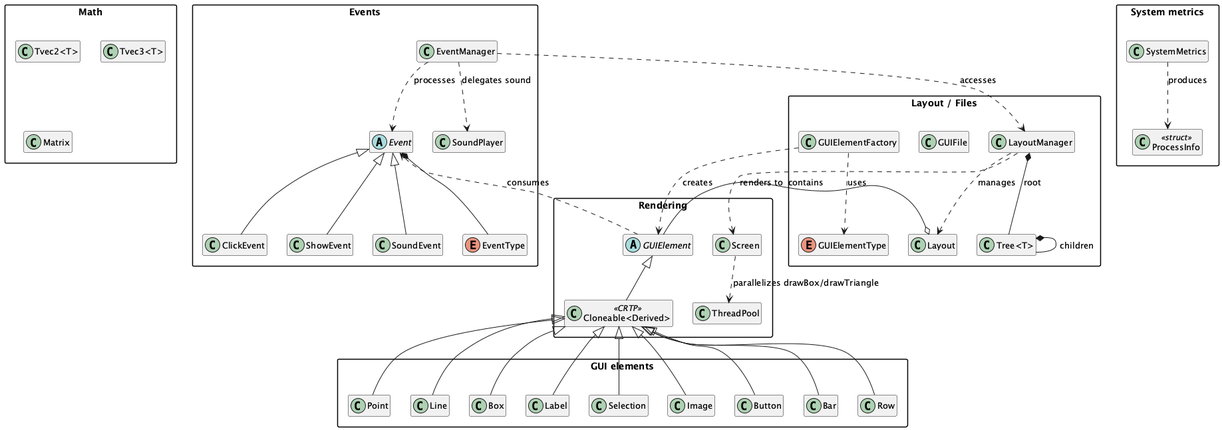
Earlier version of the PlantUML export assets/overview.png (sviatil0/coremetrics). The source it was exported from:
```plantuml
@startuml overview

skinparam classFontSize 13
skinparam ranksep 35
skinparam nodesep 30
skinparam packageStyle rectangle
hide members

package "Math" {
    class "Tvec2<T>"
    class "Tvec3<T>"
    class Matrix
}

package "Rendering" {
    class Screen
    class ThreadPool
    abstract class GUIElement
    class "Cloneable<Derived>" <<CRTP>>
}

package "GUI elements" {
    class Point
    class Line
    class Box
    class Label
    class Selection
    class Image
    class Button
    class Bar
    class Row
}

package "Layout / Files" {
    class "Tree<T>"
    class Layout
    class LayoutManager
    class GUIFile
    class GUIElementFactory
    enum GUIElementType
}

package "Events" {
    abstract class Event
    class ClickEvent
    class ShowEvent
    class SoundEvent
    enum EventType
    class EventManager
    class SoundPlayer
}

package "System metrics" {
    class SystemMetrics
    class ProcessInfo <<struct>>
}

GUIElement <|-- "Cloneable<Derived>"
"Cloneable<Derived>" <|-- Point
"Cloneable<Derived>" <|-- Line
"Cloneable<Derived>" <|-- Box
"Cloneable<Derived>" <|-- Label
"Cloneable<Derived>" <|-- Selection
"Cloneable<Derived>" <|-- Image
"Cloneable<Derived>" <|-- Button
"Cloneable<Derived>" <|-- Bar
"Cloneable<Derived>" <|-- Row

Event <|-- ClickEvent
Event <|-- ShowEvent
Event <|-- SoundEvent
Event *-- EventType

GUIElementFactory ..> GUIElement : creates
GUIElementFactory ..> GUIElementType : uses

Layout o-- GUIElement : contains
"Tree<T>" *-- "Tree<T>" : children
LayoutManager *-- "Tree<T>" : root
LayoutManager ..> Layout : manages
LayoutManager ..> Screen : renders to

EventManager ..> Event : processes
EventManager ..> LayoutManager : accesses
EventManager ..> SoundPlayer : delegates sound
GUIElement ..> Event : consumes

Screen ..> ThreadPool : parallelizes drawBox/drawTriangle
SystemMetrics ..> ProcessInfo : produces

@enduml
```
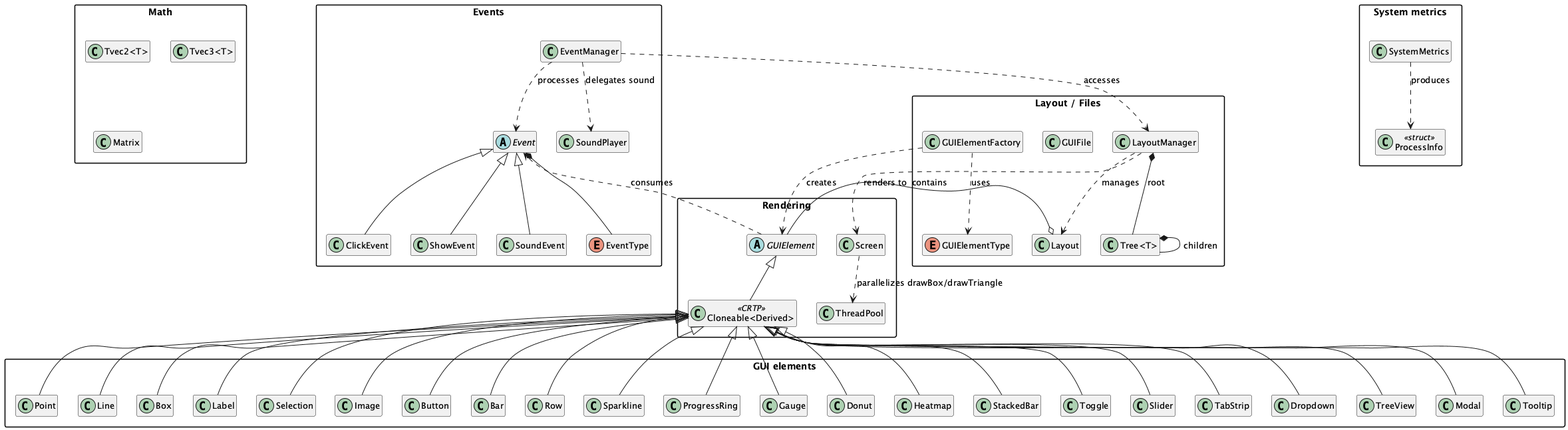
After the commit.

Commit message:
docs(diagrams): refresh UML to include 12 v0.3-era widgets

Diff of the diagram source:
```diff
@@ -29,6 +29,19 @@
     class Button
     class Bar
     class Row
+    class Sparkline
+    class ProgressRing
+    class Gauge
+    class Donut
+    class Heatmap
+    class StackedBar
+    class Toggle
+    class Slider
+    class TabStrip
+    class Dropdown
+    class TreeView
+    class Modal
+    class Tooltip
 }
 
 package "Layout / Files" {
@@ -65,6 +78,19 @@
 "Cloneable<Derived>" <|-- Button
 "Cloneable<Derived>" <|-- Bar
 "Cloneable<Derived>" <|-- Row
+"Cloneable<Derived>" <|-- Sparkline
+"Cloneable<Derived>" <|-- ProgressRing
+"Cloneable<Derived>" <|-- Gauge
+"Cloneable<Derived>" <|-- Donut
+"Cloneable<Derived>" <|-- Heatmap
+"Cloneable<Derived>" <|-- StackedBar
+"Cloneable<Derived>" <|-- Toggle
+"Cloneable<Derived>" <|-- Slider
+"Cloneable<Derived>" <|-- TabStrip
+"Cloneable<Derived>" <|-- Dropdown
+"Cloneable<Derived>" <|-- TreeView
+"Cloneable<Derived>" <|-- Modal
+"Cloneable<Derived>" <|-- Tooltip
 
 Event <|-- ClickEvent
 Event <|-- ShowEvent
```
